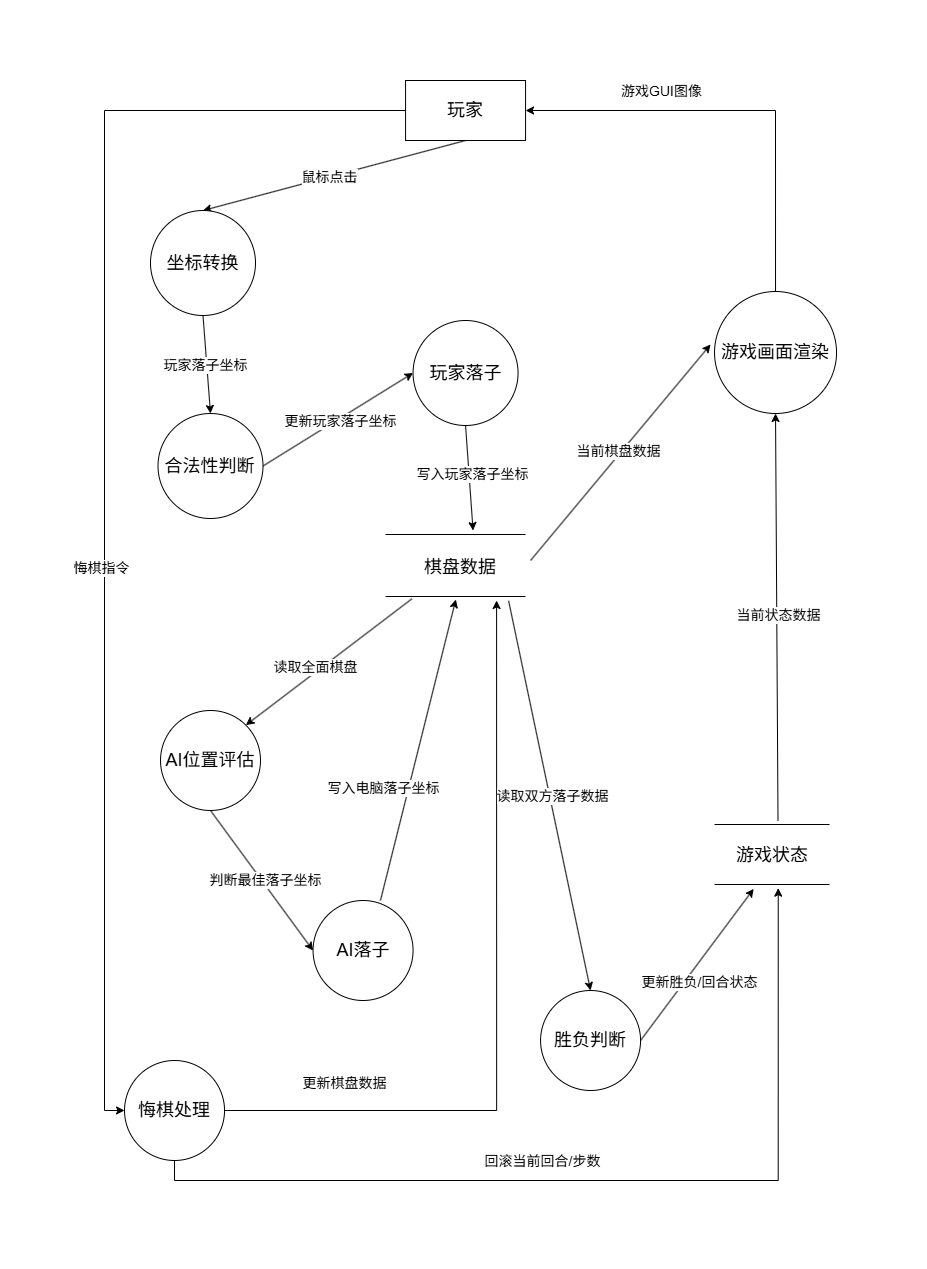
This is docs/Data Flow Diagram (DFD).drawio.png from lazy-cat419/Software-Engineering_Final-Work, a draw.io export, as it was before one commit. Source tidied: cells renumbered, new cells last; positions are measured from the earlier drawing's top-left corner, leaving out a move shared by most shapes.
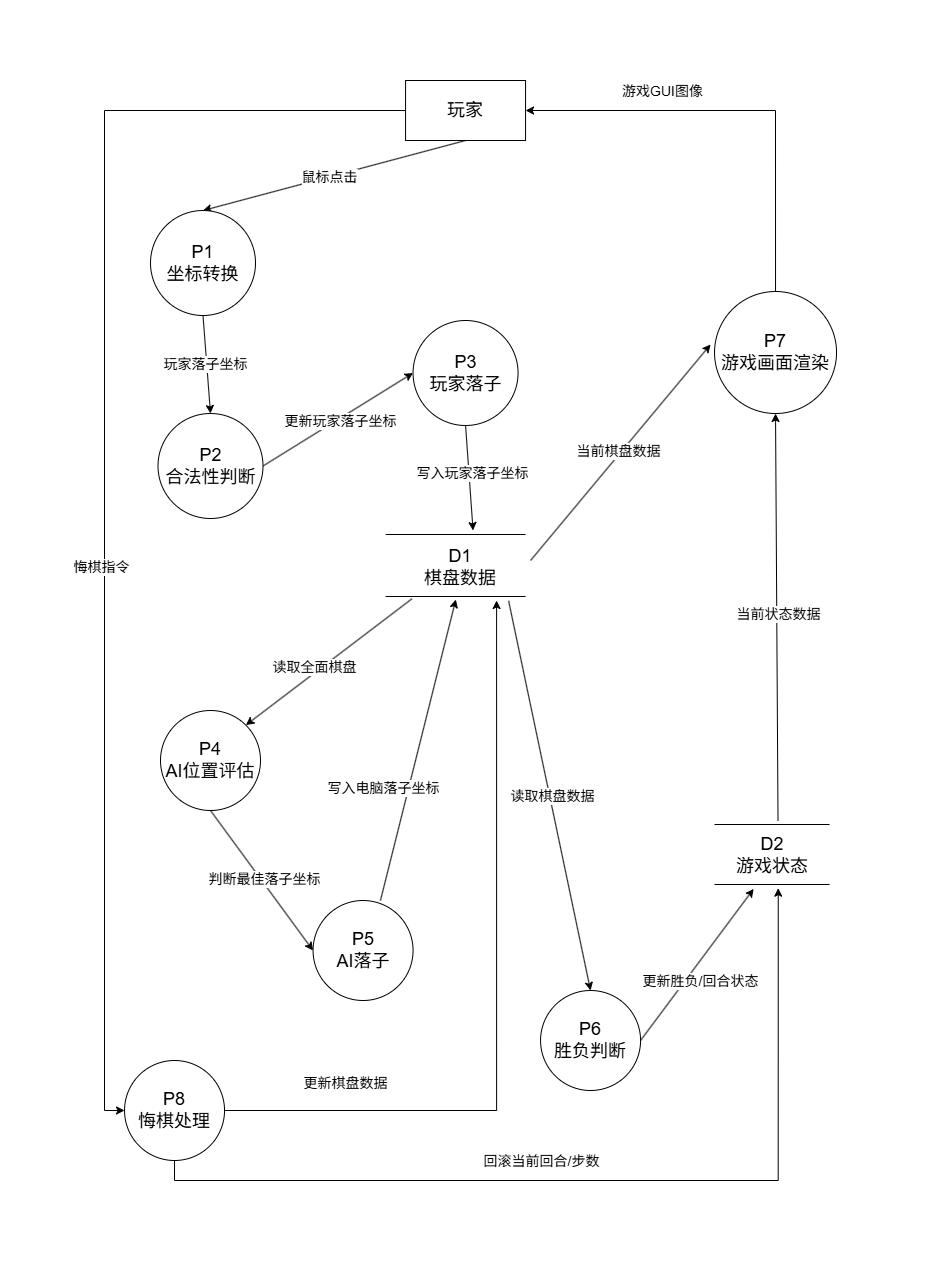
After the change.

The edit, as a diff of the source:
```diff
@@ -54,13 +54,13 @@
         <mxPoint y="-1" as="offset" />
       </mxGeometry>
     </mxCell>
-    <mxCell id="15" value="&lt;font style=&quot;font-size: 18px;&quot;&gt;坐标转换&lt;/font&gt;" style="ellipse;whiteSpace=wrap;html=1;" parent="1" vertex="1">
+    <mxCell id="15" value="&lt;font style=&quot;font-size: 18px;&quot;&gt;P1&lt;/font&gt;&lt;div&gt;&lt;font style=&quot;font-size: 18px;&quot;&gt;坐标转换&lt;/font&gt;&lt;/div&gt;" style="ellipse;whiteSpace=wrap;html=1;" parent="1" vertex="1">
       <mxGeometry x="26" y="130" width="105" height="105" as="geometry" />
     </mxCell>
-    <mxCell id="16" value="&lt;font style=&quot;font-size: 18px;&quot;&gt;AI位置评估&lt;/font&gt;" style="ellipse;whiteSpace=wrap;html=1;" parent="1" vertex="1">
+    <mxCell id="16" value="&lt;font style=&quot;font-size: 18px;&quot;&gt;P4&lt;/font&gt;&lt;div&gt;&lt;font style=&quot;font-size: 18px;&quot;&gt;AI位置评估&lt;/font&gt;&lt;/div&gt;" style="ellipse;whiteSpace=wrap;html=1;" parent="1" vertex="1">
       <mxGeometry x="36" y="630" width="100" height="100" as="geometry" />
     </mxCell>
-    <mxCell id="17" value="&lt;font style=&quot;font-size: 18px;&quot;&gt;AI落子&lt;/font&gt;" style="ellipse;whiteSpace=wrap;html=1;" parent="1" vertex="1">
+    <mxCell id="17" value="&lt;font style=&quot;font-size: 18px;&quot;&gt;P5&lt;/font&gt;&lt;div&gt;&lt;font style=&quot;font-size: 18px;&quot;&gt;AI落子&lt;/font&gt;&lt;/div&gt;" style="ellipse;whiteSpace=wrap;html=1;" parent="1" vertex="1">
       <mxGeometry x="188.6" y="820" width="100" height="100" as="geometry" />
     </mxCell>
     <mxCell id="18" style="rounded=0;jettySize=auto;html=1;exitX=1;exitY=0.5;exitDx=0;exitDy=0;entryX=0.34;entryY=1.051;entryDx=0;entryDy=0;entryPerimeter=0;" parent="1" edge="1" source="20" target="32">
@@ -71,7 +71,7 @@
         <mxPoint x="9" y="4" as="offset" />
       </mxGeometry>
     </mxCell>
-    <mxCell id="20" value="&lt;font style=&quot;font-size: 18px;&quot;&gt;胜负判断&lt;/font&gt;" style="ellipse;whiteSpace=wrap;html=1;" parent="1" vertex="1">
+    <mxCell id="20" value="&lt;font style=&quot;font-size: 18px;&quot;&gt;P6&lt;/font&gt;&lt;div&gt;&lt;font style=&quot;font-size: 18px;&quot;&gt;胜负判断&lt;/font&gt;&lt;/div&gt;" style="ellipse;whiteSpace=wrap;html=1;" parent="1" vertex="1">
       <mxGeometry x="416.1" y="910" width="100" height="100" as="geometry" />
     </mxCell>
     <mxCell id="21" style="line;strokeWidth=1;fillColor=none;align=left;verticalAlign=middle;spacingTop=-1;spacingLeft=3;spacingRight=3;labelPosition=right;points=[];portConstraint=eastwest;strokeColor=inherit;" parent="1" vertex="1">
@@ -80,7 +80,7 @@
     <mxCell id="22" style="line;strokeWidth=1;fillColor=none;align=left;verticalAlign=middle;spacingTop=-1;spacingLeft=3;spacingRight=3;labelPosition=right;points=[];portConstraint=eastwest;strokeColor=inherit;" parent="1" vertex="1">
       <mxGeometry x="261.1" y="512" width="140" height="8" as="geometry" />
     </mxCell>
-    <mxCell id="23" value="&lt;font style=&quot;font-size: 18px;&quot;&gt;棋盘数据&lt;/font&gt;" style="text;html=1;whiteSpace=wrap;strokeColor=none;fillColor=none;align=center;verticalAlign=middle;rounded=0;" parent="1" vertex="1">
+    <mxCell id="23" value="&lt;font style=&quot;font-size: 18px;&quot;&gt;D1&lt;/font&gt;&lt;div&gt;&lt;font style=&quot;font-size: 18px;&quot;&gt;棋盘数据&lt;/font&gt;&lt;/div&gt;" style="text;html=1;whiteSpace=wrap;strokeColor=none;fillColor=none;align=center;verticalAlign=middle;rounded=0;" parent="1" vertex="1">
       <mxGeometry x="281.1" y="472" width="110" height="30" as="geometry" />
     </mxCell>
     <mxCell id="24" style="endArrow=classic;html=1;rounded=0;entryX=0;entryY=0.5;entryDx=0;entryDy=0;exitX=0.5;exitY=1;exitDx=0;exitDy=0;" parent="1" edge="1" source="16" target="17">
@@ -109,7 +109,7 @@
         <mxPoint x="-1" y="-25" as="offset" />
       </mxGeometry>
     </mxCell>
-    <mxCell id="30" value="&lt;font style=&quot;font-size: 18px;&quot;&gt;悔棋处理&lt;/font&gt;" style="ellipse;whiteSpace=wrap;html=1;" parent="1" vertex="1">
+    <mxCell id="30" value="&lt;font style=&quot;font-size: 18px;&quot;&gt;P8&lt;/font&gt;&lt;div&gt;&lt;font style=&quot;font-size: 18px;&quot;&gt;悔棋处理&lt;/font&gt;&lt;/div&gt;" style="ellipse;whiteSpace=wrap;html=1;" parent="1" vertex="1">
       <mxGeometry y="980" width="100" height="100" as="geometry" />
     </mxCell>
     <mxCell id="31" style="line;strokeWidth=1;fillColor=none;align=left;verticalAlign=middle;spacingTop=-1;spacingLeft=3;spacingRight=3;labelPosition=right;points=[];portConstraint=eastwest;strokeColor=inherit;" parent="1" vertex="1">
@@ -118,13 +118,13 @@
     <mxCell id="32" style="line;strokeWidth=1;fillColor=none;align=left;verticalAlign=middle;spacingTop=-1;spacingLeft=3;spacingRight=3;labelPosition=right;points=[];portConstraint=eastwest;strokeColor=inherit;" parent="1" vertex="1">
       <mxGeometry x="590" y="800" width="115" height="8" as="geometry" />
     </mxCell>
-    <mxCell id="33" value="&lt;span style=&quot;font-size: 18px;&quot;&gt;游戏状态&lt;/span&gt;" style="text;html=1;whiteSpace=wrap;strokeColor=none;fillColor=none;align=center;verticalAlign=middle;rounded=0;" parent="1" vertex="1">
+    <mxCell id="33" value="&lt;span style=&quot;font-size: 18px;&quot;&gt;D2&lt;/span&gt;&lt;div&gt;&lt;span style=&quot;font-size: 18px;&quot;&gt;游戏状态&lt;/span&gt;&lt;/div&gt;" style="text;html=1;whiteSpace=wrap;strokeColor=none;fillColor=none;align=center;verticalAlign=middle;rounded=0;" parent="1" vertex="1">
       <mxGeometry x="592.5" y="760" width="110" height="30" as="geometry" />
     </mxCell>
     <mxCell id="34" style="endArrow=classic;html=1;rounded=0;exitX=0.879;exitY=1.042;exitDx=0;exitDy=0;exitPerimeter=0;entryX=0.5;entryY=0;entryDx=0;entryDy=0;" parent="1" edge="1" source="22" target="20">
       <mxGeometry relative="1" as="geometry" />
     </mxCell>
-    <mxCell id="35" value="&lt;font style=&quot;font-size: 14px;&quot;&gt;读取双方落子数据&lt;/font&gt;" style="edgeLabel;html=1;align=center;verticalAlign=middle;" parent="34" vertex="1">
+    <mxCell id="35" value="&lt;span style=&quot;font-size: 14px;&quot;&gt;读取棋盘数据&lt;/span&gt;" style="edgeLabel;html=1;align=center;verticalAlign=middle;" parent="34" vertex="1">
       <mxGeometry y="2" relative="1" as="geometry" />
     </mxCell>
     <mxCell id="36" style="edgeStyle=orthogonalEdgeStyle;rounded=0;jettySize=auto;html=1;exitX=0.5;exitY=1;exitDx=0;exitDy=0;entryX=0.554;entryY=0.958;entryDx=0;entryDy=0;entryPerimeter=0;" parent="1" edge="1" source="30" target="32">
@@ -141,10 +141,10 @@
     <mxCell id="39" value="&lt;font style=&quot;font-size: 14px;&quot;&gt;当前状态数据&lt;/font&gt;" style="edgeLabel;html=1;align=center;verticalAlign=middle;" parent="38" vertex="1">
       <mxGeometry x="0.01" y="-1" relative="1" as="geometry" />
     </mxCell>
-    <mxCell id="40" value="&lt;font style=&quot;font-size: 18px;&quot;&gt;游戏画面渲染&lt;/font&gt;" style="ellipse;whiteSpace=wrap;html=1;" parent="1" vertex="1">
+    <mxCell id="40" value="&lt;font style=&quot;font-size: 18px;&quot;&gt;P7&lt;/font&gt;&lt;div&gt;&lt;font style=&quot;font-size: 18px;&quot;&gt;游戏画面渲染&lt;/font&gt;&lt;/div&gt;" style="ellipse;whiteSpace=wrap;html=1;" parent="1" vertex="1">
       <mxGeometry x="590" y="211" width="122" height="122" as="geometry" />
     </mxCell>
-    <mxCell id="41" value="&lt;font style=&quot;font-size: 18px;&quot;&gt;玩家落子&lt;/font&gt;" style="ellipse;whiteSpace=wrap;html=1;" parent="1" vertex="1">
+    <mxCell id="41" value="&lt;font style=&quot;font-size: 18px;&quot;&gt;P3&lt;/font&gt;&lt;div&gt;&lt;font style=&quot;font-size: 18px;&quot;&gt;玩家落子&lt;/font&gt;&lt;/div&gt;" style="ellipse;whiteSpace=wrap;html=1;" parent="1" vertex="1">
       <mxGeometry x="288.6" y="240" width="105" height="105" as="geometry" />
     </mxCell>
     <mxCell id="42" style="rounded=0;jettySize=auto;html=1;exitX=0.5;exitY=1;exitDx=0;exitDy=0;entryX=0.625;entryY=0;entryDx=0;entryDy=0;entryPerimeter=0;" parent="1" edge="1" source="41" target="21">
@@ -159,7 +159,7 @@
     <mxCell id="45" value="&lt;font style=&quot;font-size: 14px;&quot;&gt;更新玩家落子坐标&lt;/font&gt;" style="edgeLabel;html=1;align=center;verticalAlign=middle;" parent="44" vertex="1">
       <mxGeometry y="-2" relative="1" as="geometry" />
     </mxCell>
-    <mxCell id="46" value="&lt;span style=&quot;font-size: 18px;&quot;&gt;合法性判断&lt;/span&gt;" style="ellipse;whiteSpace=wrap;html=1;" parent="1" vertex="1">
+    <mxCell id="46" value="&lt;span style=&quot;font-size: 18px;&quot;&gt;P2&lt;/span&gt;&lt;div&gt;&lt;span style=&quot;font-size: 18px;&quot;&gt;合法性判断&lt;/span&gt;&lt;/div&gt;" style="ellipse;whiteSpace=wrap;html=1;" parent="1" vertex="1">
       <mxGeometry x="33.5" y="333" width="105" height="105" as="geometry" />
     </mxCell>
   </root>
```
